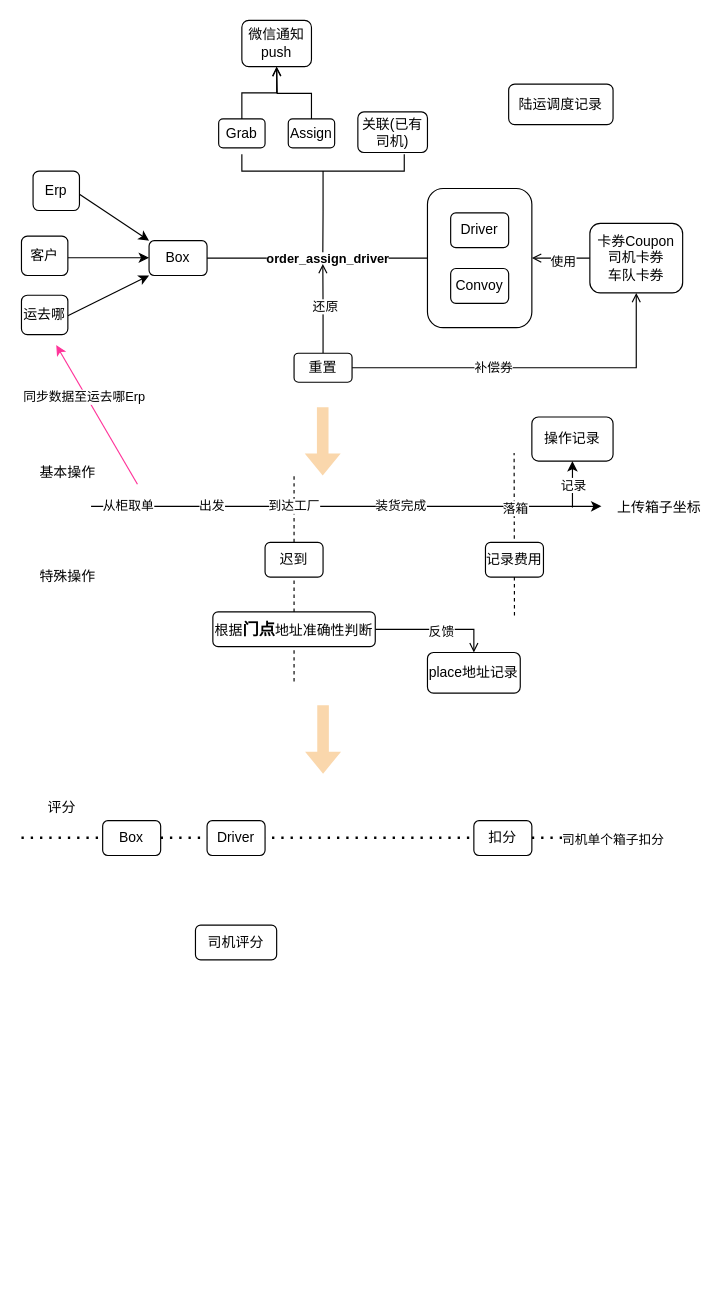
Earlier version of the draw.io diagram 当前箱信调度.drawio (gongyao1992/draw). Source tidied: cells renumbered, new cells numbered last; positions are measured from the earlier drawing's top-left corner, leaving out a move shared by most shapes. Both pictures are drawn from the tidied source at 116%, with x=0, y=0 at pixel (21, 20).
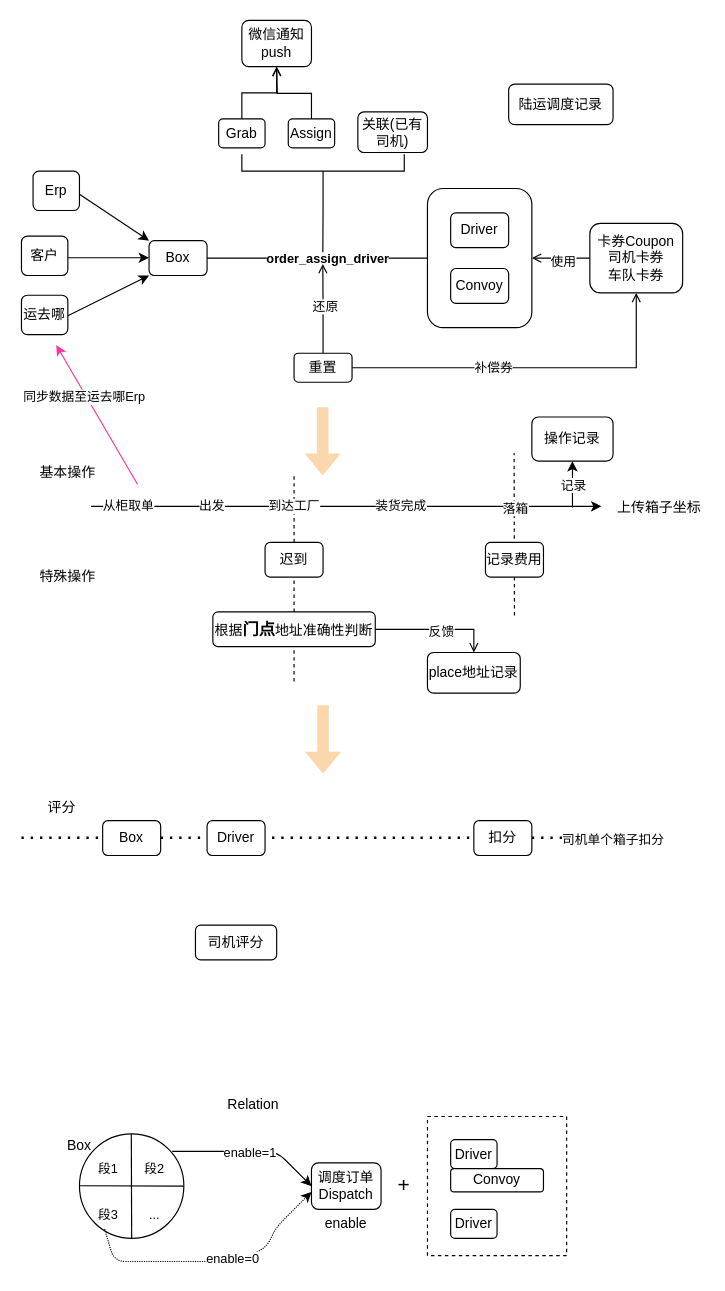
The same diagram, later.

Commit message:
更新当前箱信调度.drawio

What changed in the source:
```diff
@@
+    <mxCell id="63" style="whiteSpace=wrap;html=1;fillColor=none;dashed=1;" parent="1" vertex="1">
+      <mxGeometry x="350" y="945" width="120" height="120" as="geometry" />
+    </mxCell>
@@
+    <mxCell id="64" style="group;" parent="1" vertex="1">
+      <mxGeometry x="30" y="960" width="110" height="90" as="geometry" />
+    </mxCell>
+    <mxCell id="65" style="ellipse;whiteSpace=wrap;html=1;" parent="64" vertex="1">
+      <mxGeometry x="20" width="90" height="90" as="geometry" />
+    </mxCell>
+    <mxCell id="66" value="Box" style="text;html=1;strokeColor=none;fillColor=none;align=center;verticalAlign=middle;whiteSpace=wrap;rounded=0;" parent="64" vertex="1">
+      <mxGeometry width="40" height="20" as="geometry" />
+    </mxCell>
+    <mxCell id="67" style="endArrow=none;html=1;entryX=1;entryY=0.5;entryDx=0;entryDy=0;" parent="64" edge="1" target="65">
+      <mxGeometry relative="1" as="geometry">
+        <mxPoint x="20" y="44.7" as="sourcePoint" />
+      </mxGeometry>
+    </mxCell>
+    <mxCell id="68" style="endArrow=none;html=1;exitX=0.5;exitY=1;exitDx=0;exitDy=0;" parent="64" edge="1" source="65">
+      <mxGeometry relative="1" as="geometry">
+        <mxPoint x="64.7" as="targetPoint" />
+      </mxGeometry>
+    </mxCell>
+    <mxCell id="69" value="&lt;span style=&quot;font-size: 11px&quot;&gt;...&lt;br&gt;&lt;/span&gt;" style="text;html=1;strokeColor=none;fillColor=none;align=center;verticalAlign=middle;whiteSpace=wrap;rounded=0;" parent="64" vertex="1">
+      <mxGeometry x="70" y="60" width="30" height="20" as="geometry" />
+    </mxCell>
+    <mxCell id="70" value="&lt;font style=&quot;font-size: 11px&quot;&gt;段3&lt;/font&gt;" style="text;html=1;strokeColor=none;fillColor=none;align=center;verticalAlign=middle;whiteSpace=wrap;rounded=0;" parent="64" vertex="1">
+      <mxGeometry x="30" y="60" width="30" height="20" as="geometry" />
+    </mxCell>
+    <mxCell id="71" value="&lt;font style=&quot;font-size: 11px&quot;&gt;段2&lt;/font&gt;" style="text;html=1;strokeColor=none;fillColor=none;align=center;verticalAlign=middle;whiteSpace=wrap;rounded=0;" parent="64" vertex="1">
+      <mxGeometry x="70" y="20" width="30" height="20" as="geometry" />
+    </mxCell>
+    <mxCell id="72" value="&lt;font style=&quot;font-size: 11px&quot;&gt;段1&lt;/font&gt;" style="text;html=1;strokeColor=none;fillColor=none;align=center;verticalAlign=middle;whiteSpace=wrap;rounded=0;" parent="64" vertex="1">
+      <mxGeometry x="30" y="20" width="30" height="20" as="geometry" />
+    </mxCell>
+    <mxCell id="73" value="调度订单&lt;br&gt;Dispatch" style="rounded=1;whiteSpace=wrap;html=1;" parent="1" vertex="1">
+      <mxGeometry x="250" y="985" width="60" height="40" as="geometry" />
+    </mxCell>
+    <mxCell id="74" value="Driver" style="rounded=1;whiteSpace=wrap;html=1;" parent="1" vertex="1">
+      <mxGeometry x="370" y="965" width="40" height="25" as="geometry" />
+    </mxCell>
+    <mxCell id="75" value="Convoy" style="rounded=1;whiteSpace=wrap;html=1;" parent="1" vertex="1">
+      <mxGeometry x="370" y="990" width="80" height="20" as="geometry" />
+    </mxCell>
+    <mxCell id="76" value="Driver" style="rounded=1;whiteSpace=wrap;html=1;" parent="1" vertex="1">
+      <mxGeometry x="370" y="1025" width="40" height="25" as="geometry" />
+    </mxCell>
+    <mxCell id="77" value="&lt;font style=&quot;font-size: 18px&quot;&gt;+&lt;/font&gt;" style="text;html=1;strokeColor=none;fillColor=none;align=center;verticalAlign=middle;whiteSpace=wrap;rounded=0;dashed=1;" parent="1" vertex="1">
+      <mxGeometry x="310" y="995" width="40" height="20" as="geometry" />
+    </mxCell>
+    <mxCell id="78" value="enable" style="text;html=1;strokeColor=none;fillColor=none;align=center;verticalAlign=middle;whiteSpace=wrap;rounded=0;dashed=1;" parent="1" vertex="1">
+      <mxGeometry x="260" y="1027.5" width="40" height="20" as="geometry" />
+    </mxCell>
+    <mxCell id="79" value="Relation" style="text;html=1;strokeColor=none;fillColor=none;align=center;verticalAlign=middle;whiteSpace=wrap;rounded=0;dashed=1;" parent="1" vertex="1">
+      <mxGeometry x="180" y="925" width="40" height="20" as="geometry" />
+    </mxCell>
+    <mxCell id="80" style="endArrow=classic;html=1;entryX=0;entryY=0.5;entryDx=0;entryDy=0;" parent="1" edge="1" target="73">
+      <mxGeometry relative="1" as="geometry">
+        <mxPoint x="130" y="975" as="sourcePoint" />
+        <Array as="points">
+          <mxPoint x="220" y="975" />
+        </Array>
+      </mxGeometry>
+    </mxCell>
+    <mxCell id="81" value="enable=1" style="edgeLabel;html=1;align=center;verticalAlign=middle;" parent="80" vertex="1">
+      <mxGeometry relative="1" as="geometry" />
+    </mxCell>
+    <mxCell id="82" style="endArrow=classic;html=1;exitX=0.241;exitY=0.912;exitDx=0;exitDy=0;exitPerimeter=0;dashed=1;dashPattern=1 1;" parent="1" edge="1" source="65">
+      <mxGeometry relative="1" as="geometry">
+        <mxPoint x="250" y="1010" as="targetPoint" />
+        <Array as="points">
+          <mxPoint x="80" y="1070" />
+          <mxPoint x="170" y="1070" />
+          <mxPoint x="210" y="1060" />
+          <mxPoint x="220" y="1040" />
+        </Array>
+      </mxGeometry>
+    </mxCell>
+    <mxCell id="83" value="enable=0" style="edgeLabel;html=1;align=center;verticalAlign=middle;" parent="82" vertex="1">
+      <mxGeometry x="0.16" relative="1" as="geometry" />
+    </mxCell>
```
